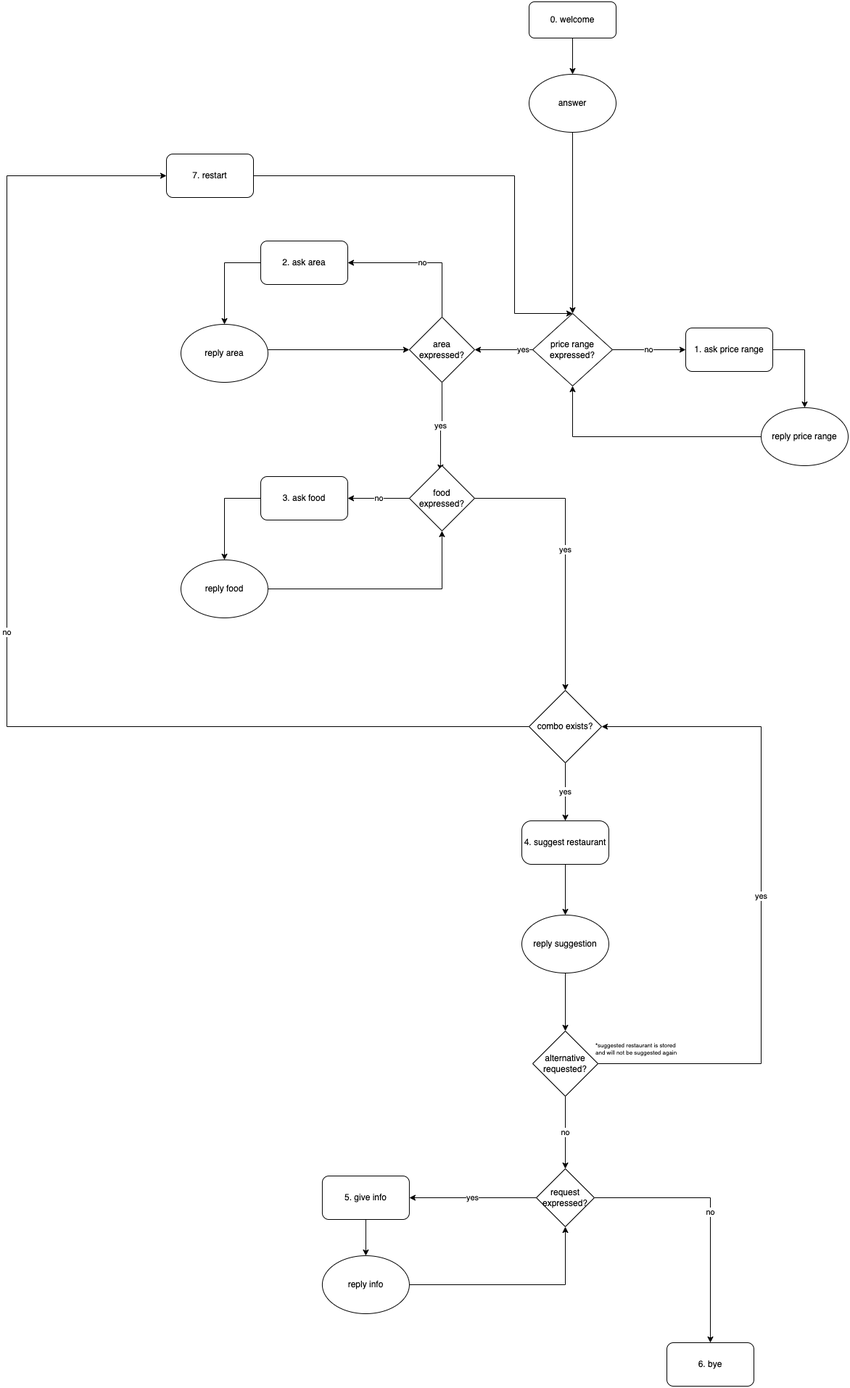
annebelleo/MAIR-group12 keeps this draw.io diagram as figs/1b_dialogdiagram.drawio.png. Above is the earlier version. Source tidied: cells renumbered, new cells last; positions are measured from the earlier drawing's top-left corner, leaving out a move shared by most shapes.
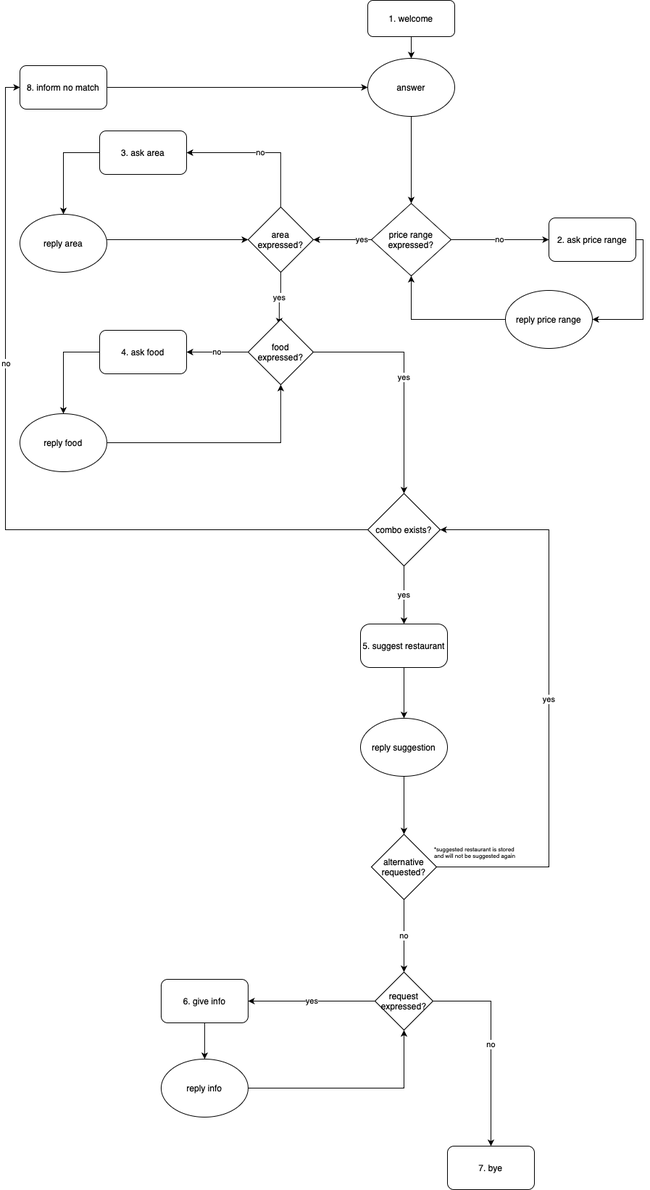
Above is the later version.

Change to the diagram source:
```diff
@@ -5,14 +5,14 @@
     <mxCell id="2" style="edgeStyle=orthogonalEdgeStyle;rounded=0;jettySize=auto;html=1;exitX=0.5;exitY=1;exitDx=0;exitDy=0;entryX=0.5;entryY=0;entryDx=0;entryDy=0;" parent="1" edge="1" source="3" target="5">
       <mxGeometry relative="1" as="geometry" />
     </mxCell>
-    <mxCell id="3" value="0. welcome" style="rounded=1;whiteSpace=wrap;html=1;" parent="1" vertex="1">
-      <mxGeometry x="720" width="120" height="50" as="geometry" />
+    <mxCell id="3" value="1. welcome" style="rounded=1;whiteSpace=wrap;html=1;" parent="1" vertex="1">
+      <mxGeometry x="720" y="150" width="120" height="50" as="geometry" />
     </mxCell>
     <mxCell id="4" style="edgeStyle=orthogonalEdgeStyle;rounded=0;jettySize=auto;html=1;entryX=0.5;entryY=0;entryDx=0;entryDy=0;" parent="1" edge="1" source="5" target="8">
       <mxGeometry relative="1" as="geometry" />
     </mxCell>
     <mxCell id="5" value="answer" style="ellipse;whiteSpace=wrap;html=1;" parent="1" vertex="1">
-      <mxGeometry x="720" y="100" width="120" height="80" as="geometry" />
+      <mxGeometry x="720" y="230" width="120" height="80" as="geometry" />
     </mxCell>
     <mxCell id="6" value="no" style="edgeStyle=orthogonalEdgeStyle;rounded=0;jettySize=auto;html=1;exitX=1;exitY=0.5;exitDx=0;exitDy=0;" parent="1" edge="1" source="8" target="10">
       <mxGeometry relative="1" as="geometry" />
@@ -28,27 +28,28 @@
     <mxCell id="8" value="price range expressed?" style="rhombus;whiteSpace=wrap;html=1;" parent="1" vertex="1">
       <mxGeometry x="725" y="430" width="110" height="100" as="geometry" />
     </mxCell>
-    <mxCell id="9" style="edgeStyle=orthogonalEdgeStyle;rounded=0;jettySize=auto;html=1;exitX=1;exitY=0.5;exitDx=0;exitDy=0;entryX=0.5;entryY=0;entryDx=0;entryDy=0;" parent="1" edge="1" source="10" target="14">
+    <mxCell id="9" style="edgeStyle=orthogonalEdgeStyle;rounded=0;jettySize=auto;html=1;exitX=1;exitY=0.5;exitDx=0;exitDy=0;entryX=1;entryY=0.5;entryDx=0;entryDy=0;" parent="1" edge="1" source="10" target="14">
       <mxGeometry relative="1" as="geometry">
         <Array as="points">
           <mxPoint x="1100" y="480" />
+          <mxPoint x="1100" y="590" />
         </Array>
       </mxGeometry>
     </mxCell>
-    <mxCell id="10" value="1. ask price range" style="rounded=1;whiteSpace=wrap;html=1;" parent="1" vertex="1">
-      <mxGeometry x="936" y="450" width="120" height="60" as="geometry" />
+    <mxCell id="10" value="2. ask price range" style="rounded=1;whiteSpace=wrap;html=1;" parent="1" vertex="1">
+      <mxGeometry x="970" y="450" width="120" height="60" as="geometry" />
     </mxCell>
     <mxCell id="11" style="edgeStyle=orthogonalEdgeStyle;rounded=0;jettySize=auto;html=1;entryX=0.5;entryY=0;entryDx=0;entryDy=0;exitX=0;exitY=0.5;exitDx=0;exitDy=0;" parent="1" edge="1" source="12" target="16">
       <mxGeometry relative="1" as="geometry" />
     </mxCell>
-    <mxCell id="12" value="2. ask area" style="rounded=1;whiteSpace=wrap;html=1;" parent="1" vertex="1">
+    <mxCell id="12" value="3. ask area" style="rounded=1;whiteSpace=wrap;html=1;" parent="1" vertex="1">
       <mxGeometry x="350" y="330" width="120" height="60" as="geometry" />
     </mxCell>
     <mxCell id="13" style="edgeStyle=orthogonalEdgeStyle;rounded=0;jettySize=auto;html=1;entryX=0.5;entryY=1;entryDx=0;entryDy=0;" parent="1" edge="1" source="14" target="8">
       <mxGeometry relative="1" as="geometry" />
     </mxCell>
     <mxCell id="14" value="reply price range" style="ellipse;whiteSpace=wrap;html=1;" parent="1" vertex="1">
-      <mxGeometry x="1040" y="560" width="120" height="80" as="geometry" />
+      <mxGeometry x="910" y="550" width="120" height="80" as="geometry" />
     </mxCell>
     <mxCell id="15" style="edgeStyle=orthogonalEdgeStyle;rounded=0;jettySize=auto;html=1;entryX=0;entryY=0.5;entryDx=0;entryDy=0;" parent="1" edge="1" source="16" target="32">
       <mxGeometry relative="1" as="geometry">
@@ -63,23 +64,23 @@
     <mxCell id="17" style="edgeStyle=orthogonalEdgeStyle;rounded=0;jettySize=auto;html=1;exitX=0;exitY=0.5;exitDx=0;exitDy=0;entryX=0.5;entryY=0;entryDx=0;entryDy=0;" parent="1" edge="1" source="18" target="20">
       <mxGeometry relative="1" as="geometry" />
     </mxCell>
-    <mxCell id="18" value="3. ask food" style="rounded=1;whiteSpace=wrap;html=1;" parent="1" vertex="1">
-      <mxGeometry x="350" y="655" width="120" height="60" as="geometry" />
+    <mxCell id="18" value="4. ask food" style="rounded=1;whiteSpace=wrap;html=1;" parent="1" vertex="1">
+      <mxGeometry x="350" y="605" width="120" height="60" as="geometry" />
     </mxCell>
     <mxCell id="19" style="edgeStyle=orthogonalEdgeStyle;rounded=0;jettySize=auto;html=1;entryX=0.5;entryY=1;entryDx=0;entryDy=0;" parent="1" edge="1" source="20" target="35">
       <mxGeometry relative="1" as="geometry" />
     </mxCell>
     <mxCell id="20" value="reply food" style="ellipse;whiteSpace=wrap;html=1;" parent="1" vertex="1">
-      <mxGeometry x="240" y="770" width="120" height="80" as="geometry" />
+      <mxGeometry x="240" y="720" width="120" height="80" as="geometry" />
     </mxCell>
-    <mxCell id="21" value="4. suggest restaurant" style="rounded=1;whiteSpace=wrap;html=1;arcSize=22;" parent="1" vertex="1">
-      <mxGeometry x="710" y="1130" width="120" height="60" as="geometry" />
+    <mxCell id="21" value="5. suggest restaurant" style="rounded=1;whiteSpace=wrap;html=1;arcSize=22;" parent="1" vertex="1">
+      <mxGeometry x="710" y="1010" width="120" height="60" as="geometry" />
     </mxCell>
     <mxCell id="22" style="edgeStyle=orthogonalEdgeStyle;rounded=0;jettySize=auto;html=1;exitX=0.5;exitY=1;exitDx=0;exitDy=0;entryX=0.5;entryY=0;entryDx=0;entryDy=0;" parent="1" edge="1" source="23" target="26">
       <mxGeometry relative="1" as="geometry" />
     </mxCell>
     <mxCell id="23" value="reply suggestion" style="ellipse;whiteSpace=wrap;html=1;" parent="1" vertex="1">
-      <mxGeometry x="710" y="1260" width="120" height="80" as="geometry" />
+      <mxGeometry x="710" y="1140" width="120" height="80" as="geometry" />
     </mxCell>
     <mxCell id="24" value="no" style="edgeStyle=orthogonalEdgeStyle;rounded=0;jettySize=auto;html=1;exitX=0.5;exitY=1;exitDx=0;exitDy=0;entryX=0.5;entryY=0;entryDx=0;entryDy=0;" parent="1" edge="1" source="26" target="41">
       <mxGeometry relative="1" as="geometry" />
@@ -87,27 +88,27 @@
     <mxCell id="25" value="yes" style="edgeStyle=orthogonalEdgeStyle;rounded=0;jettySize=auto;html=1;entryX=1;entryY=0.5;entryDx=0;entryDy=0;exitX=1;exitY=0.5;exitDx=0;exitDy=0;" parent="1" edge="1" source="26" target="29">
       <mxGeometry relative="1" as="geometry">
         <Array as="points">
-          <mxPoint x="1040" y="1465" />
-          <mxPoint x="1040" y="1000" />
+          <mxPoint x="970" y="1345" />
+          <mxPoint x="970" y="880" />
         </Array>
       </mxGeometry>
     </mxCell>
     <mxCell id="26" value="alternative requested?" style="rhombus;whiteSpace=wrap;html=1;" parent="1" vertex="1">
-      <mxGeometry x="725" y="1420" width="90" height="90" as="geometry" />
+      <mxGeometry x="725" y="1300" width="90" height="90" as="geometry" />
     </mxCell>
     <mxCell id="27" value="yes" style="edgeStyle=orthogonalEdgeStyle;rounded=0;jettySize=auto;html=1;exitX=0.5;exitY=1;exitDx=0;exitDy=0;entryX=0.5;entryY=0;entryDx=0;entryDy=0;" parent="1" edge="1" source="29" target="21">
       <mxGeometry relative="1" as="geometry" />
     </mxCell>
+    <mxCell id="48" style="edgeStyle=orthogonalEdgeStyle;rounded=0;jettySize=auto;html=1;exitX=0;exitY=0.5;exitDx=0;exitDy=0;entryX=0;entryY=0.5;entryDx=0;entryDy=0;" parent="1" edge="1" source="29" target="37">
+      <mxGeometry relative="1" as="geometry" />
+    </mxCell>
-    <mxCell id="28" value="no" style="edgeStyle=orthogonalEdgeStyle;rounded=0;jettySize=auto;html=1;entryX=0;entryY=0.5;entryDx=0;entryDy=0;" parent="1" edge="1" source="29" target="37">
-      <mxGeometry relative="1" as="geometry">
-        <Array as="points">
-          <mxPoint y="1000" />
-          <mxPoint y="240" />
-        </Array>
+    <mxCell id="28" value="no" style="edgeLabel;html=1;align=center;verticalAlign=middle;" parent="48" vertex="1">
+      <mxGeometry x="0.29" relative="1" as="geometry">
+        <mxPoint y="-1" as="offset" />
       </mxGeometry>
     </mxCell>
     <mxCell id="29" value="combo exists?" style="rhombus;whiteSpace=wrap;html=1;" parent="1" vertex="1">
-      <mxGeometry x="720" y="950" width="100" height="100" as="geometry" />
+      <mxGeometry x="720" y="830" width="100" height="100" as="geometry" />
     </mxCell>
     <mxCell id="30" value="yes&lt;br&gt;" style="edgeStyle=orthogonalEdgeStyle;rounded=0;jettySize=auto;html=1;exitX=0.5;exitY=1;exitDx=0;exitDy=0;entryX=0.477;entryY=0.077;entryDx=0;entryDy=0;entryPerimeter=0;" parent="1" edge="1" source="32" target="35">
       <mxGeometry relative="1" as="geometry" />
@@ -129,18 +130,13 @@
       <mxGeometry relative="1" as="geometry" />
     </mxCell>
     <mxCell id="35" value="food expressed?" style="rhombus;whiteSpace=wrap;html=1;" parent="1" vertex="1">
-      <mxGeometry x="554.9" y="640" width="90" height="90" as="geometry" />
+      <mxGeometry x="554.9" y="590" width="90" height="90" as="geometry" />
     </mxCell>
-    <mxCell id="36" style="edgeStyle=orthogonalEdgeStyle;rounded=0;jettySize=auto;html=1;entryX=0.5;entryY=0;entryDx=0;entryDy=0;" parent="1" edge="1" source="37" target="8">
-      <mxGeometry relative="1" as="geometry">
-        <Array as="points">
-          <mxPoint x="700" y="240" />
-          <mxPoint x="700" y="430" />
-        </Array>
-      </mxGeometry>
-    </mxCell>
+    <mxCell id="49" style="edgeStyle=orthogonalEdgeStyle;rounded=0;jettySize=auto;html=1;exitX=1;exitY=0.5;exitDx=0;exitDy=0;entryX=0;entryY=0.5;entryDx=0;entryDy=0;" parent="1" edge="1" source="37" target="5">
+      <mxGeometry relative="1" as="geometry" />
+    </mxCell>
-    <mxCell id="37" value="7. restart" style="rounded=1;whiteSpace=wrap;html=1;" parent="1" vertex="1">
-      <mxGeometry x="220" y="210" width="120" height="60" as="geometry" />
+    <mxCell id="37" value="8. inform no match" style="rounded=1;whiteSpace=wrap;html=1;" parent="1" vertex="1">
+      <mxGeometry x="240" y="240" width="120" height="60" as="geometry" />
     </mxCell>
     <mxCell id="38" style="edgeStyle=orthogonalEdgeStyle;rounded=0;jettySize=auto;html=1;entryX=0.5;entryY=0;entryDx=0;entryDy=0;" parent="1" edge="1" source="21" target="23">
       <mxGeometry relative="1" as="geometry" />
@@ -149,28 +145,33 @@
       <mxGeometry relative="1" as="geometry" />
     </mxCell>
     <mxCell id="40" value="no" style="edgeStyle=orthogonalEdgeStyle;rounded=0;jettySize=auto;html=1;" parent="1" edge="1" source="41" target="44">
-      <mxGeometry relative="1" as="geometry" />
+      <mxGeometry relative="1" as="geometry">
+        <Array as="points">
+          <mxPoint x="890" y="1530" />
+          <mxPoint x="890" y="1760" />
+        </Array>
+      </mxGeometry>
     </mxCell>
     <mxCell id="41" value="request expressed?" style="rhombus;whiteSpace=wrap;html=1;" parent="1" vertex="1">
-      <mxGeometry x="730" y="1610" width="80" height="80" as="geometry" />
+      <mxGeometry x="730" y="1490" width="80" height="80" as="geometry" />
     </mxCell>
     <mxCell id="42" style="edgeStyle=orthogonalEdgeStyle;rounded=0;jettySize=auto;html=1;" parent="1" edge="1" source="43" target="46">
       <mxGeometry relative="1" as="geometry" />
     </mxCell>
-    <mxCell id="43" value="5. give info" style="rounded=1;whiteSpace=wrap;html=1;" parent="1" vertex="1">
-      <mxGeometry x="434.9" y="1620" width="120" height="60" as="geometry" />
+    <mxCell id="43" value="6. give info" style="rounded=1;whiteSpace=wrap;html=1;" parent="1" vertex="1">
+      <mxGeometry x="434.9" y="1500" width="120" height="60" as="geometry" />
     </mxCell>
-    <mxCell id="44" value="6. bye" style="rounded=1;whiteSpace=wrap;html=1;" parent="1" vertex="1">
-      <mxGeometry x="910" y="1850" width="120" height="60" as="geometry" />
+    <mxCell id="44" value="7. bye" style="rounded=1;whiteSpace=wrap;html=1;" parent="1" vertex="1">
+      <mxGeometry x="830" y="1730" width="120" height="60" as="geometry" />
     </mxCell>
     <mxCell id="45" style="edgeStyle=orthogonalEdgeStyle;rounded=0;jettySize=auto;html=1;entryX=0.5;entryY=1;entryDx=0;entryDy=0;" parent="1" edge="1" source="46" target="41">
       <mxGeometry relative="1" as="geometry" />
     </mxCell>
     <mxCell id="46" value="reply info" style="ellipse;whiteSpace=wrap;html=1;" parent="1" vertex="1">
-      <mxGeometry x="434.9" y="1730" width="120" height="80" as="geometry" />
+      <mxGeometry x="434.9" y="1610" width="120" height="80" as="geometry" />
     </mxCell>
     <mxCell id="47" value="*suggested restaurant is stored and will not be suggested again" style="text;html=1;strokeColor=none;fillColor=none;align=left;verticalAlign=middle;whiteSpace=wrap;rounded=0;fontSize=8;" parent="1" vertex="1">
-      <mxGeometry x="810" y="1430" width="126" height="30" as="geometry" />
+      <mxGeometry x="810" y="1310" width="126" height="30" as="geometry" />
     </mxCell>
   </root>
 </mxGraphModel>
```
